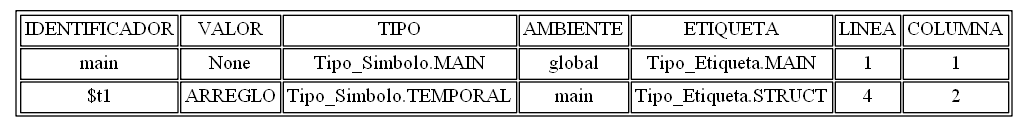
Above: tablasimbolos.png in AndreeAvalos/OLC2-AUGUS (Graphviz), before the change. Its source is kept beside it as tablasimbolos.dot.
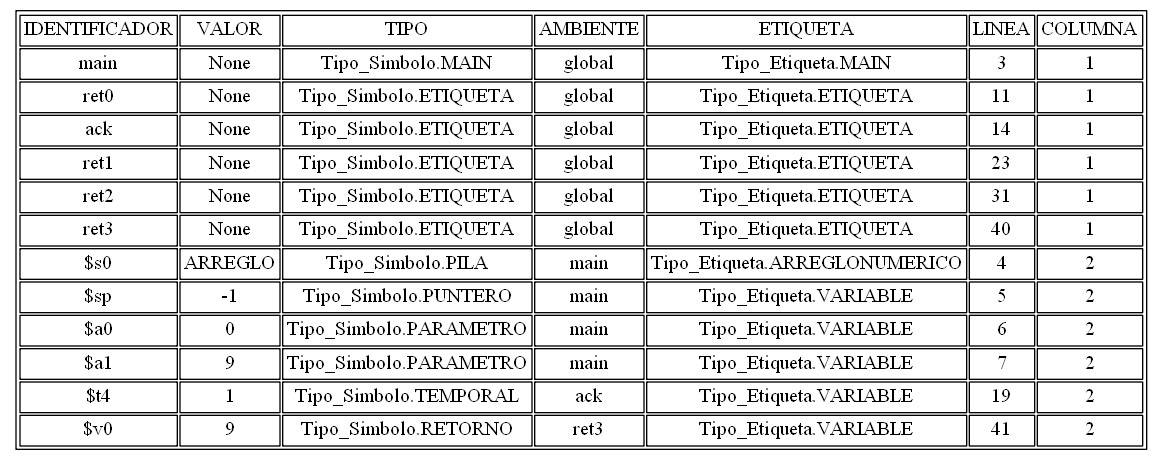
After the commit.

What changed in the source:
```diff
@@ -3,8 +3,18 @@
 graph [bb="0,0,352,154"];
 arset [label=<<TABLE ALIGN="LEFT">
 <TR><TD>IDENTIFICADOR</TD><TD>VALOR</TD><TD>TIPO</TD><TD>AMBIENTE</TD><TD>ETIQUETA</TD><TD>LINEA</TD><TD>COLUMNA</TD></TR>
-<TR><TD>main</TD><TD>None</TD><TD>Tipo_Simbolo.MAIN</TD><TD>global</TD><TD>Tipo_Etiqueta.MAIN</TD><TD>1</TD><TD>1</TD></TR>
-<TR><TD>$t1</TD><TD>ARREGLO</TD><TD>Tipo_Simbolo.TEMPORAL</TD><TD>main</TD><TD>Tipo_Etiqueta.STRUCT</TD><TD>4</TD><TD>2</TD></TR>
+<TR><TD>main</TD><TD>None</TD><TD>Tipo_Simbolo.MAIN</TD><TD>global</TD><TD>Tipo_Etiqueta.MAIN</TD><TD>3</TD><TD>1</TD></TR>
+<TR><TD>ret0</TD><TD>None</TD><TD>Tipo_Simbolo.ETIQUETA</TD><TD>global</TD><TD>Tipo_Etiqueta.ETIQUETA</TD><TD>11</TD><TD>1</TD></TR>
+<TR><TD>ack</TD><TD>None</TD><TD>Tipo_Simbolo.ETIQUETA</TD><TD>global</TD><TD>Tipo_Etiqueta.ETIQUETA</TD><TD>14</TD><TD>1</TD></TR>
+<TR><TD>ret1</TD><TD>None</TD><TD>Tipo_Simbolo.ETIQUETA</TD><TD>global</TD><TD>Tipo_Etiqueta.ETIQUETA</TD><TD>23</TD><TD>1</TD></TR>
+<TR><TD>ret2</TD><TD>None</TD><TD>Tipo_Simbolo.ETIQUETA</TD><TD>global</TD><TD>Tipo_Etiqueta.ETIQUETA</TD><TD>31</TD><TD>1</TD></TR>
+<TR><TD>ret3</TD><TD>None</TD><TD>Tipo_Simbolo.ETIQUETA</TD><TD>global</TD><TD>Tipo_Etiqueta.ETIQUETA</TD><TD>40</TD><TD>1</TD></TR>
+<TR><TD>$s0</TD><TD>ARREGLO</TD><TD>Tipo_Simbolo.PILA</TD><TD>main</TD><TD>Tipo_Etiqueta.ARREGLONUMERICO</TD><TD>4</TD><TD>2</TD></TR>
+<TR><TD>$sp</TD><TD>-1</TD><TD>Tipo_Simbolo.PUNTERO</TD><TD>main</TD><TD>Tipo_Etiqueta.VARIABLE</TD><TD>5</TD><TD>2</TD></TR>
+<TR><TD>$a0</TD><TD>0</TD><TD>Tipo_Simbolo.PARAMETRO</TD><TD>main</TD><TD>Tipo_Etiqueta.VARIABLE</TD><TD>6</TD><TD>2</TD></TR>
+<TR><TD>$a1</TD><TD>9</TD><TD>Tipo_Simbolo.PARAMETRO</TD><TD>main</TD><TD>Tipo_Etiqueta.VARIABLE</TD><TD>7</TD><TD>2</TD></TR>
+<TR><TD>$t4</TD><TD>1</TD><TD>Tipo_Simbolo.TEMPORAL</TD><TD>ack</TD><TD>Tipo_Etiqueta.VARIABLE</TD><TD>19</TD><TD>2</TD></TR>
+<TR><TD>$v0</TD><TD>9</TD><TD>Tipo_Simbolo.RETORNO</TD><TD>ret3</TD><TD>Tipo_Etiqueta.VARIABLE</TD><TD>41</TD><TD>2</TD></TR>
 </TABLE>
 >, ];
 }
```
